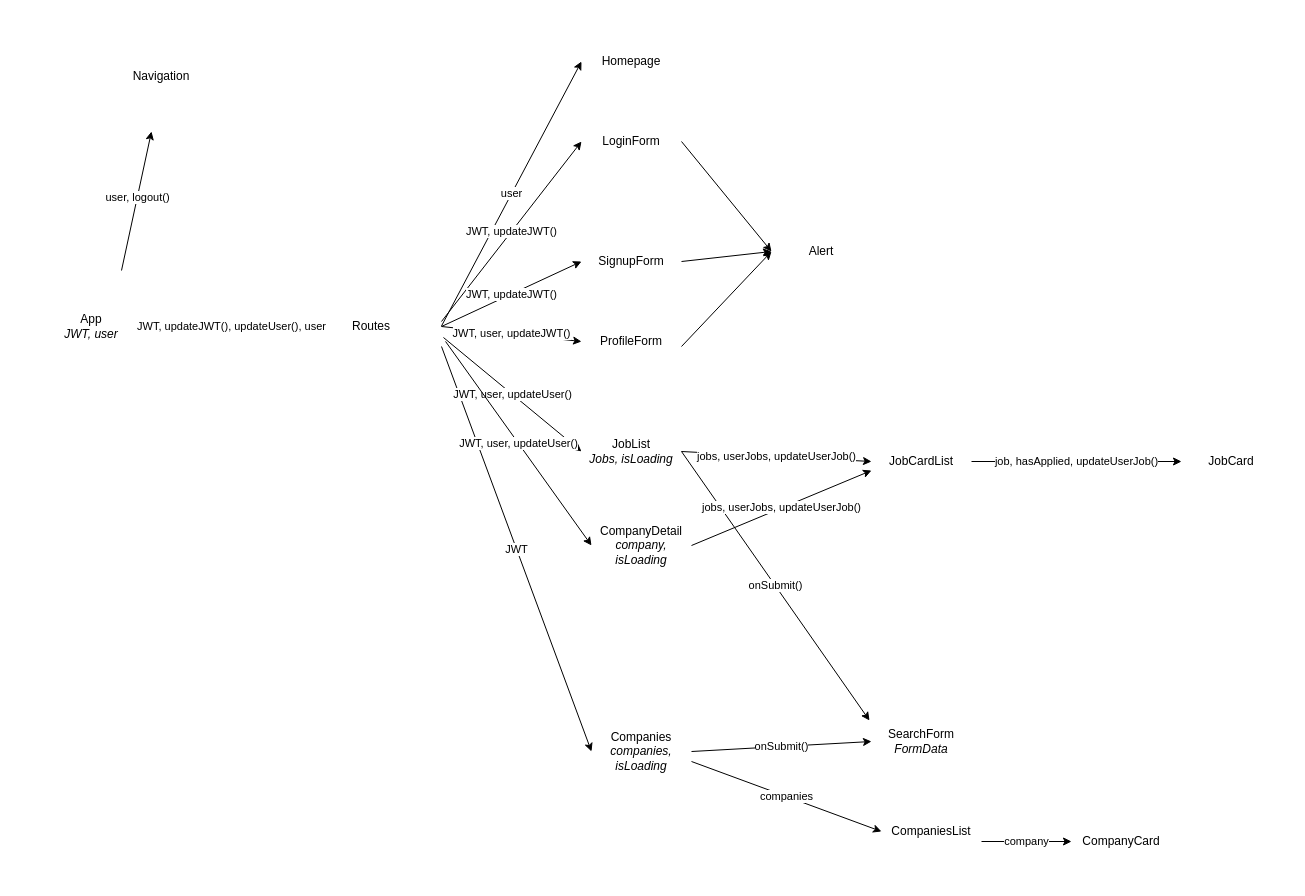
The draw.io diagram Untitled Diagram.drawio in dkclee/l4j-fe, before the edit. Source tidied: cells renumbered, new cells numbered last; positions are measured from the earlier drawing's top-left corner, leaving out a move shared by most shapes. Both pictures are drawn from the tidied source at 100%, with x=0, y=0 at pixel (21, 21).
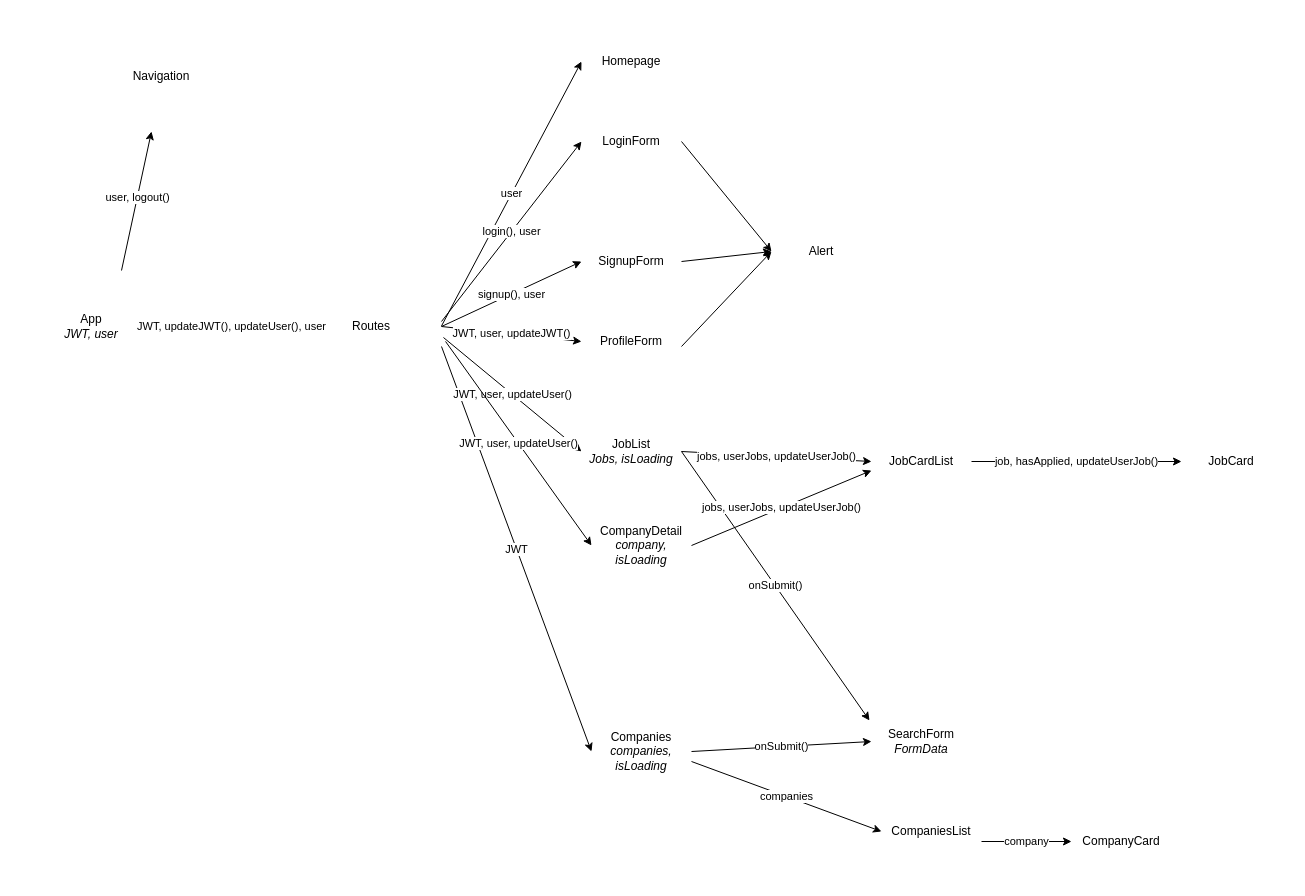
The same page after the edit.

Commit message (it also covers changes not shown here):
signup and login functionality WIP

Unchanged cells that the change refers to:
```xml
<mxCell id="4" value="Routes" style="text;html=1;strokeColor=1;fillColor=none;align=center;verticalAlign=middle;whiteSpace=wrap;rounded=0;shadow=1;" parent="1" vertex="1">
  <mxGeometry x="280" y="250" width="140" height="110" as="geometry" />
</mxCell>
<mxCell id="10" value="LoginForm" style="text;html=1;strokeColor=1;fillColor=none;align=center;verticalAlign=middle;whiteSpace=wrap;rounded=0;shadow=1;" parent="1" vertex="1">
  <mxGeometry x="560" y="90" width="100" height="60" as="geometry" />
</mxCell>
<mxCell id="12" value="SignupForm" style="text;html=1;strokeColor=1;fillColor=none;align=center;verticalAlign=middle;whiteSpace=wrap;rounded=0;shadow=1;" parent="1" vertex="1">
  <mxGeometry x="560" y="210" width="100" height="60" as="geometry" />
</mxCell>
```

What changed in the source:
```diff
@@
-    <mxCell id="9" value="JWT, updateJWT()" style="endArrow=classic;html=1;entryX=0;entryY=0.5;entryDx=0;entryDy=0;" parent="1" edge="1" target="10">
+    <mxCell id="9" value="login(), user" style="endArrow=classic;html=1;entryX=0;entryY=0.5;entryDx=0;entryDy=0;" parent="1" edge="1" target="10">
       <mxGeometry relative="1" as="geometry">
         <mxPoint x="420" y="300" as="sourcePoint" />
       </mxGeometry>
     </mxCell>
@@
-    <mxCell id="11" value="JWT, updateJWT()" style="endArrow=classic;html=1;entryX=0;entryY=0.5;entryDx=0;entryDy=0;exitX=1;exitY=0.5;exitDx=0;exitDy=0;" parent="1" edge="1" source="4" target="12">
+    <mxCell id="11" value="signup(), user" style="endArrow=classic;html=1;entryX=0;entryY=0.5;entryDx=0;entryDy=0;exitX=1;exitY=0.5;exitDx=0;exitDy=0;" parent="1" edge="1" source="4" target="12">
       <mxGeometry relative="1" as="geometry" />
     </mxCell>
```
